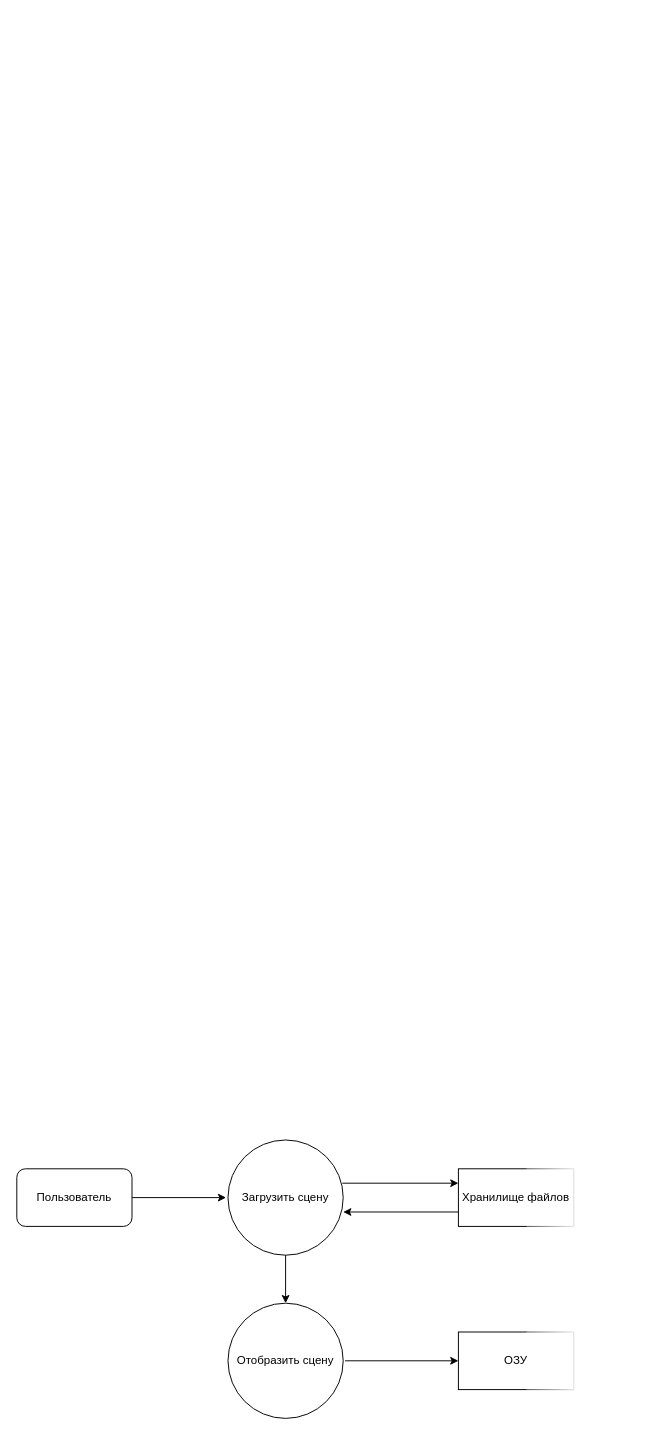
This is page "1. Загрузка сцены" (1 of 6) of dfd/dfd.drawio from c0sx/3d-model-viewer-design, a draw.io file, before an edit. Source tidied: cells renumbered, new cells numbered last; positions are measured from the earlier drawing's top-left corner, leaving out a move shared by most shapes. Both pictures are drawn from the tidied source at 96%, with x=0, y=0 at pixel (16, 1140).
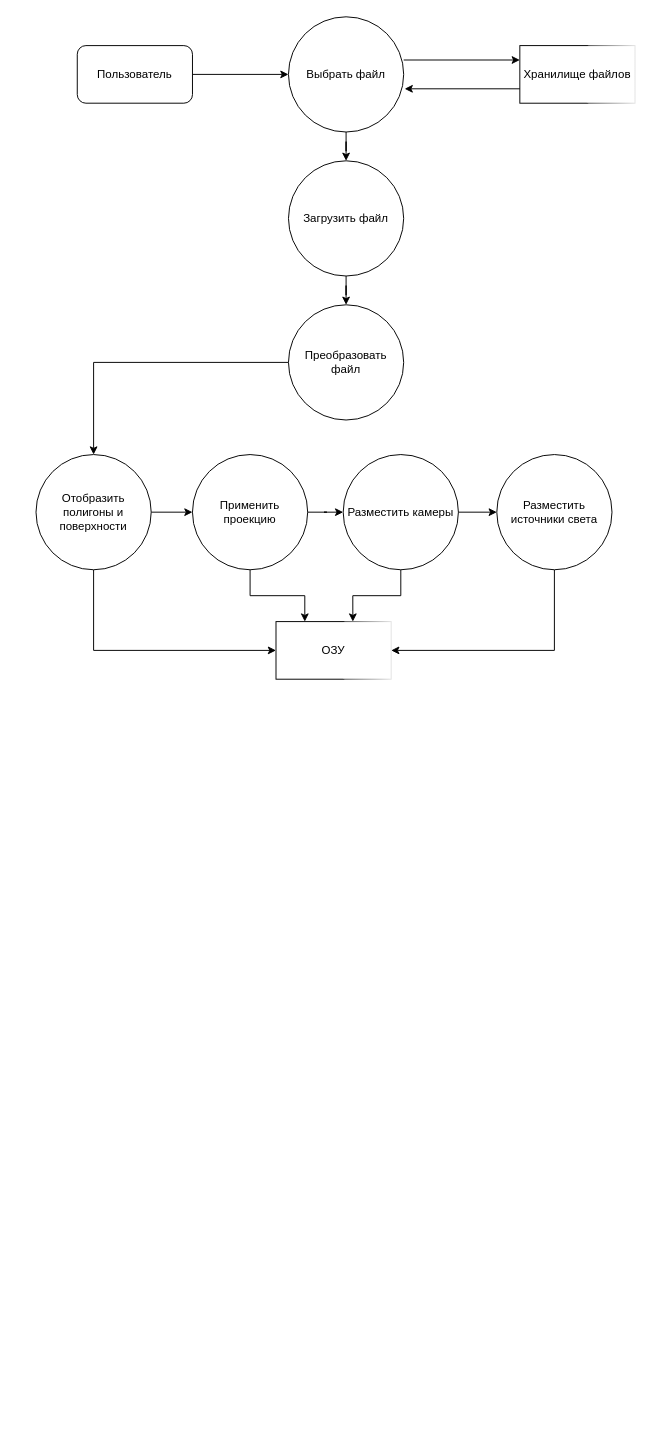
The same page after the edit.

What changed in the source:
```diff
@@
-    <mxCell id="2" value="Загрузить сцену" style="ellipse;whiteSpace=wrap;html=1;" parent="1" vertex="1">
-      <mxGeometry x="220" width="120" height="120" as="geometry" />
-    </mxCell>
+    <mxCell id="12" style="edgeStyle=orthogonalEdgeStyle;rounded=0;jettySize=auto;html=1;" parent="1" edge="1" source="3" target="14">
+      <mxGeometry relative="1" as="geometry" />
+    </mxCell>
     <mxCell id="3" value="Пользователь" style="rounded=1;whiteSpace=wrap;html=1;" parent="1" vertex="1">
-      <mxGeometry y="30" width="120" height="60" as="geometry" />
+      <mxGeometry x="63" y="-1140" width="120" height="60" as="geometry" />
     </mxCell>
+    <mxCell id="13" style="edgeStyle=orthogonalEdgeStyle;rounded=0;jettySize=auto;html=1;" parent="1" edge="1" source="14" target="18">
+      <mxGeometry relative="1" as="geometry" />
+    </mxCell>
+    <mxCell id="14" value="Выбрать файл" style="ellipse;whiteSpace=wrap;html=1;" parent="1" vertex="1">
+      <mxGeometry x="283" y="-1170" width="120" height="120" as="geometry" />
+    </mxCell>
     <mxCell id="4" value="Хранилище файлов" style="rounded=0;whiteSpace=wrap;html=1;perimeterSpacing=0;shadow=0;sketch=0;glass=1;direction=south;" parent="1" vertex="1">
-      <mxGeometry x="460" y="30" width="120" height="60" as="geometry" />
+      <mxGeometry x="524" y="-1140" width="120" height="60" as="geometry" />
     </mxCell>
-    <mxCell id="5" style="endArrow=classic;html=1;exitX=1;exitY=0.5;exitDx=0;exitDy=0;" parent="1" edge="1" source="3">
-      <mxGeometry relative="1" as="geometry">
-        <mxPoint x="218" y="60" as="targetPoint" />
-      </mxGeometry>
-    </mxCell>
-    <mxCell id="6" style="endArrow=classic;html=1;entryX=0.25;entryY=1;entryDx=0;entryDy=0;" parent="1" edge="1" target="4">
-      <mxGeometry relative="1" as="geometry">
-        <mxPoint x="339" y="45" as="sourcePoint" />
-      </mxGeometry>
-    </mxCell>
-    <mxCell id="7" style="endArrow=classic;html=1;exitX=0.75;exitY=1;exitDx=0;exitDy=0;entryX=1;entryY=0.625;entryDx=0;entryDy=0;entryPerimeter=0;" parent="1" edge="1" source="4" target="2">
-      <mxGeometry relative="1" as="geometry" />
-    </mxCell>
-    <mxCell id="8" value="Отобразить сцену" style="ellipse;whiteSpace=wrap;html=1;" parent="1" vertex="1">
-      <mxGeometry x="220" y="170" width="120" height="120" as="geometry" />
-    </mxCell>
-    <mxCell id="9" style="endArrow=classic;html=1;exitX=0.5;exitY=1;exitDx=0;exitDy=0;entryX=0.5;entryY=0;entryDx=0;entryDy=0;" parent="1" edge="1" source="2" target="8">
-      <mxGeometry relative="1" as="geometry" />
-    </mxCell>
+    <mxCell id="15" style="endArrow=classic;html=1;entryX=0.25;entryY=1;entryDx=0;entryDy=0;" parent="1" edge="1" target="4">
+      <mxGeometry relative="1" as="geometry">
+        <mxPoint x="403" y="-1125" as="sourcePoint" />
+      </mxGeometry>
+    </mxCell>
+    <mxCell id="16" style="endArrow=classic;html=1;exitX=0.75;exitY=1;exitDx=0;exitDy=0;entryX=1;entryY=0.625;entryDx=0;entryDy=0;entryPerimeter=0;" parent="1" edge="1" source="4">
+      <mxGeometry relative="1" as="geometry">
+        <mxPoint x="404" y="-1095" as="targetPoint" />
+      </mxGeometry>
+    </mxCell>
+    <mxCell id="17" style="edgeStyle=orthogonalEdgeStyle;rounded=0;jettySize=auto;html=1;" parent="1" edge="1" source="18" target="20">
+      <mxGeometry relative="1" as="geometry" />
+    </mxCell>
+    <mxCell id="18" value="Загрузить файл" style="ellipse;whiteSpace=wrap;html=1;" parent="1" vertex="1">
+      <mxGeometry x="283" y="-1020" width="120" height="120" as="geometry" />
+    </mxCell>
+    <mxCell id="19" style="edgeStyle=orthogonalEdgeStyle;rounded=0;jettySize=auto;html=1;" parent="1" edge="1" source="20" target="23">
+      <mxGeometry relative="1" as="geometry" />
+    </mxCell>
+    <mxCell id="20" value="Преобразовать файл" style="ellipse;whiteSpace=wrap;html=1;" parent="1" vertex="1">
+      <mxGeometry x="283" y="-870" width="120" height="120" as="geometry" />
+    </mxCell>
+    <mxCell id="21" style="edgeStyle=orthogonalEdgeStyle;rounded=0;jettySize=auto;html=1;" parent="1" edge="1" source="23" target="26">
+      <mxGeometry relative="1" as="geometry" />
+    </mxCell>
+    <mxCell id="22" style="edgeStyle=orthogonalEdgeStyle;rounded=0;jettySize=auto;html=1;exitX=0.5;exitY=1;exitDx=0;exitDy=0;entryX=0.5;entryY=1;entryDx=0;entryDy=0;" parent="1" edge="1" source="23" target="10">
+      <mxGeometry relative="1" as="geometry" />
+    </mxCell>
+    <mxCell id="23" value="Отобразить полигоны и поверхности" style="ellipse;whiteSpace=wrap;html=1;" parent="1" vertex="1">
+      <mxGeometry x="20" y="-714" width="120" height="120" as="geometry" />
+    </mxCell>
     <mxCell id="10" value="ОЗУ" style="rounded=0;whiteSpace=wrap;html=1;perimeterSpacing=0;shadow=0;sketch=0;glass=1;direction=south;" parent="1" vertex="1">
-      <mxGeometry x="460" y="200" width="120" height="60" as="geometry" />
+      <mxGeometry x="270" y="-540" width="120" height="60" as="geometry" />
     </mxCell>
-    <mxCell id="11" style="endArrow=classic;html=1;entryX=0.5;entryY=1;entryDx=0;entryDy=0;" parent="1" edge="1" target="10">
-      <mxGeometry relative="1" as="geometry">
-        <mxPoint x="342" y="230" as="sourcePoint" />
-      </mxGeometry>
-    </mxCell>
+    <mxCell id="24" style="edgeStyle=orthogonalEdgeStyle;rounded=0;jettySize=auto;html=1;" parent="1" edge="1" source="26" target="29">
+      <mxGeometry relative="1" as="geometry" />
+    </mxCell>
+    <mxCell id="25" style="edgeStyle=orthogonalEdgeStyle;rounded=0;jettySize=auto;html=1;exitX=0.5;exitY=1;exitDx=0;exitDy=0;entryX=0;entryY=0.75;entryDx=0;entryDy=0;" parent="1" edge="1" source="26" target="10">
+      <mxGeometry relative="1" as="geometry" />
+    </mxCell>
+    <mxCell id="26" value="Применить проекцию" style="ellipse;whiteSpace=wrap;html=1;" parent="1" vertex="1">
+      <mxGeometry x="183" y="-714" width="120" height="120" as="geometry" />
+    </mxCell>
+    <mxCell id="27" style="edgeStyle=orthogonalEdgeStyle;rounded=0;jettySize=auto;html=1;" parent="1" edge="1" source="29" target="31">
+      <mxGeometry relative="1" as="geometry" />
+    </mxCell>
+    <mxCell id="28" style="edgeStyle=orthogonalEdgeStyle;rounded=0;jettySize=auto;html=1;exitX=0.5;exitY=1;exitDx=0;exitDy=0;entryX=0;entryY=0.333;entryDx=0;entryDy=0;entryPerimeter=0;" parent="1" edge="1" source="29" target="10">
+      <mxGeometry relative="1" as="geometry" />
+    </mxCell>
+    <mxCell id="29" value="Разместить камеры" style="ellipse;whiteSpace=wrap;html=1;" parent="1" vertex="1">
+      <mxGeometry x="340" y="-714" width="120" height="120" as="geometry" />
+    </mxCell>
+    <mxCell id="30" style="edgeStyle=orthogonalEdgeStyle;rounded=0;jettySize=auto;html=1;exitX=0.5;exitY=1;exitDx=0;exitDy=0;entryX=0.5;entryY=0;entryDx=0;entryDy=0;" parent="1" edge="1" source="31" target="10">
+      <mxGeometry relative="1" as="geometry" />
+    </mxCell>
+    <mxCell id="31" value="Разместить источники света" style="ellipse;whiteSpace=wrap;html=1;" parent="1" vertex="1">
+      <mxGeometry x="500" y="-714" width="120" height="120" as="geometry" />
+    </mxCell>
```
